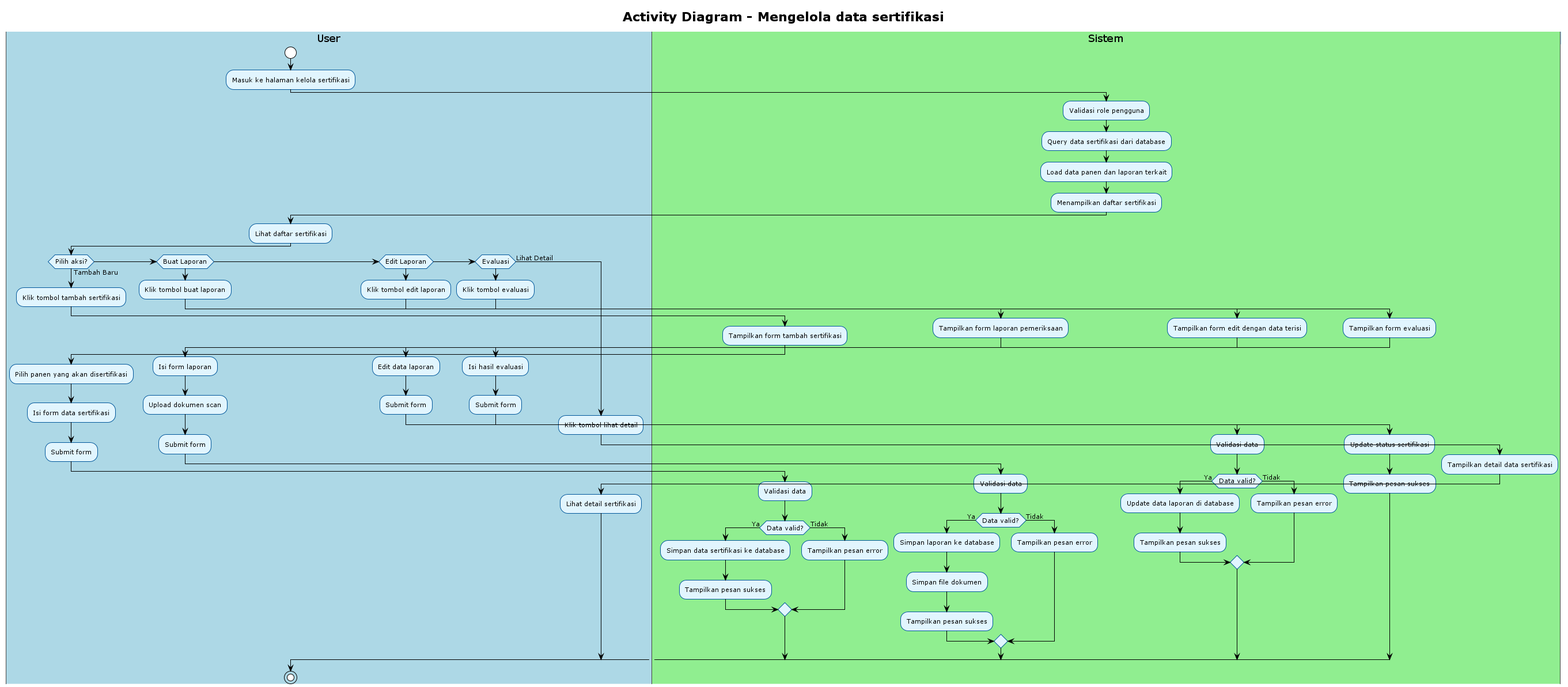
Earlier version of the PlantUML export out/uml/activity/Activity new/08_kelola_data_sertifikasi/08_kelola_data_sertifikasi.png (Rifkiwastaken/example-app).
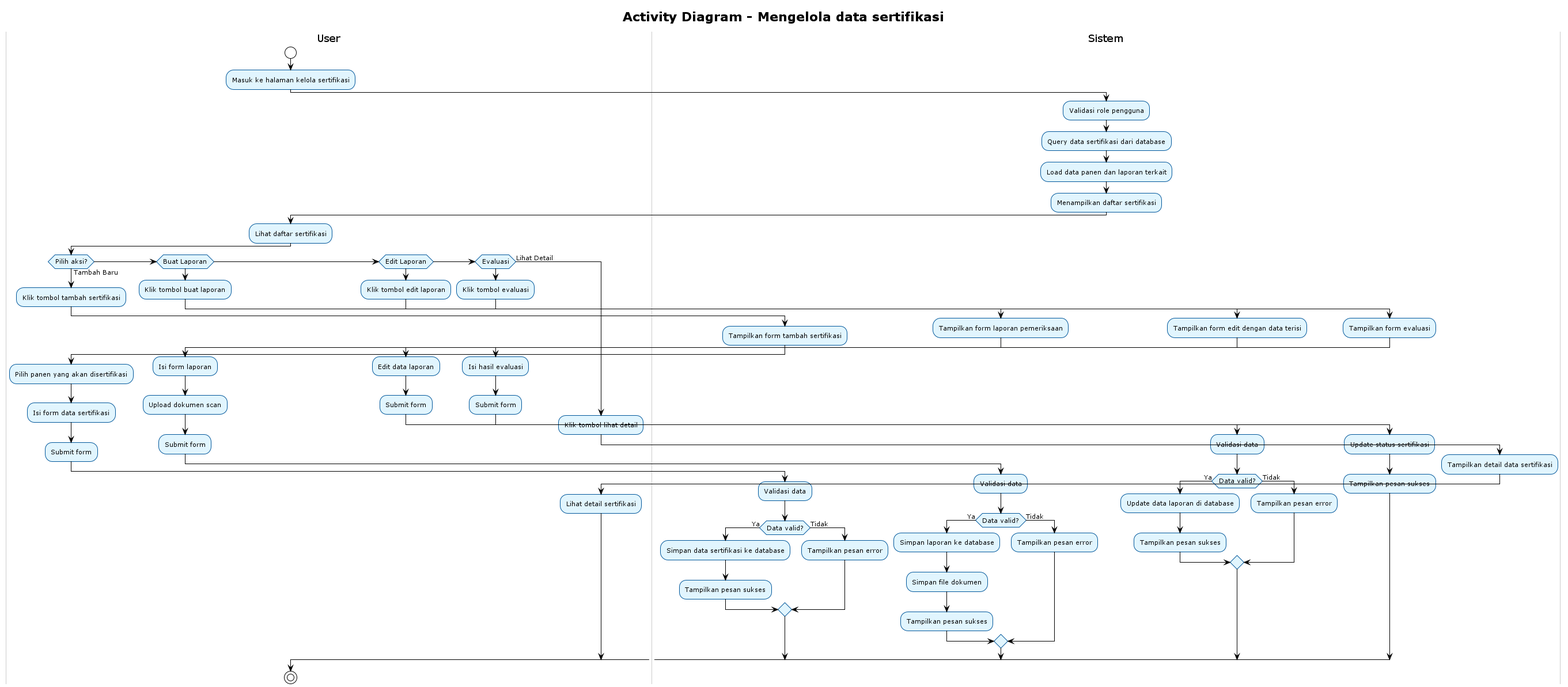
Later version of the same file.

Change to the diagram source:
```diff
@@ -1,42 +1,43 @@
 @startuml
 !theme plain
+skinparam backgroundColor white
 skinparam activity {
     BackgroundColor #E1F5FE
     BorderColor #01579B
     FontSize 11
 }
 skinparam swimlane {
-    BackgroundColor #F5F5F5
-    BorderColor #424242
-    TitleBackgroundColor #BBDEFB
-    TitleBorderColor #1976D2
+    BackgroundColor White
+    BorderColor #CCCCCC
+    TitleBackgroundColor White
+    TitleBorderColor #999999
 }
 
 title Activity Diagram - Mengelola data sertifikasi
 
-|#LightBlue|User|
+|#White|User|
 start
 :Masuk ke halaman kelola sertifikasi;
 
-|#LightGreen|Sistem|
+|#White|Sistem|
 :Validasi role pengguna;
 :Query data sertifikasi dari database;
 :Load data panen dan laporan terkait;
 :Menampilkan daftar sertifikasi;
 
-|#LightBlue|User|
+|#White|User|
 :Lihat daftar sertifikasi;
 
 if (Pilih aksi?) then (Tambah Baru)
-    |#LightBlue|User|
+    |#White|User|
     :Klik tombol tambah sertifikasi;
-    |#LightGreen|Sistem|
+    |#White|Sistem|
     :Tampilkan form tambah sertifikasi;
-    |#LightBlue|User|
+    |#White|User|
     :Pilih panen yang akan disertifikasi;
     :Isi form data sertifikasi;
     :Submit form;
-    |#LightGreen|Sistem|
+    |#White|Sistem|
     :Validasi data;
     if (Data valid?) then (Ya)
         :Simpan data sertifikasi ke database;
@@ -45,15 +46,15 @@
         :Tampilkan pesan error;
     endif
 elseif (Buat Laporan) then
-    |#LightBlue|User|
+    |#White|User|
     :Klik tombol buat laporan;
-    |#LightGreen|Sistem|
+    |#White|Sistem|
     :Tampilkan form laporan pemeriksaan;
-    |#LightBlue|User|
+    |#White|User|
     :Isi form laporan;
     :Upload dokumen scan;
     :Submit form;
-    |#LightGreen|Sistem|
+    |#White|Sistem|
     :Validasi data;
     if (Data valid?) then (Ya)
         :Simpan laporan ke database;
@@ -63,14 +64,14 @@
         :Tampilkan pesan error;
     endif
 elseif (Edit Laporan) then
-    |#LightBlue|User|
+    |#White|User|
     :Klik tombol edit laporan;
-    |#LightGreen|Sistem|
+    |#White|Sistem|
     :Tampilkan form edit dengan data terisi;
-    |#LightBlue|User|
+    |#White|User|
     :Edit data laporan;
     :Submit form;
-    |#LightGreen|Sistem|
+    |#White|Sistem|
     :Validasi data;
     if (Data valid?) then (Ya)
         :Update data laporan di database;
@@ -79,22 +80,22 @@
         :Tampilkan pesan error;
     endif
 elseif (Evaluasi) then
-    |#LightBlue|User|
+    |#White|User|
     :Klik tombol evaluasi;
-    |#LightGreen|Sistem|
+    |#White|Sistem|
     :Tampilkan form evaluasi;
-    |#LightBlue|User|
+    |#White|User|
     :Isi hasil evaluasi;
     :Submit form;
-    |#LightGreen|Sistem|
+    |#White|Sistem|
     :Update status sertifikasi;
     :Tampilkan pesan sukses;
 else (Lihat Detail)
-    |#LightBlue|User|
+    |#White|User|
     :Klik tombol lihat detail;
-    |#LightGreen|Sistem|
+    |#White|Sistem|
     :Tampilkan detail data sertifikasi;
-    |#LightBlue|User|
+    |#White|User|
     :Lihat detail sertifikasi;
 endif
 
```
